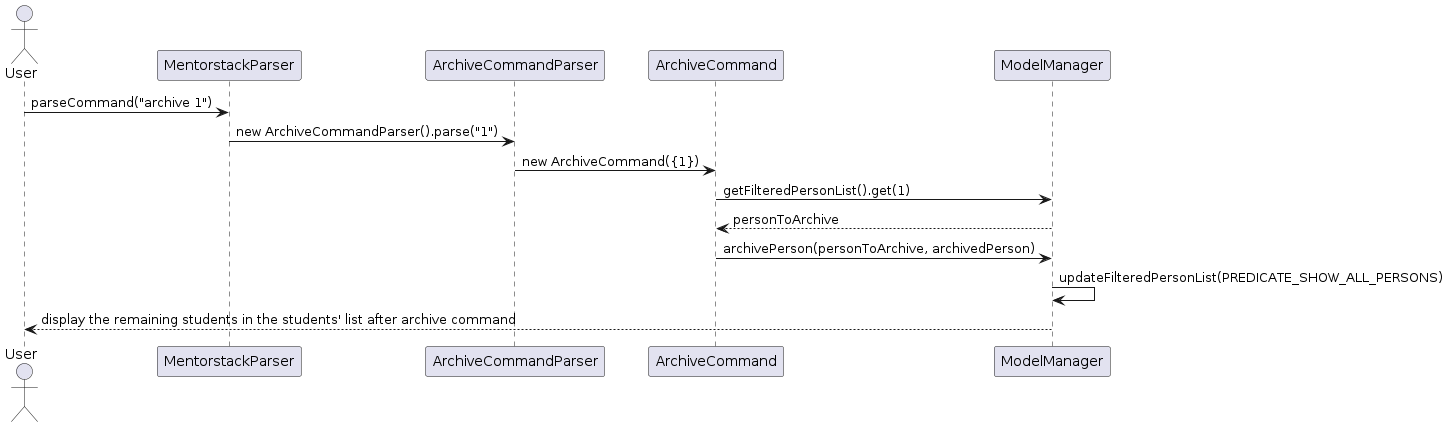
AY2425S2-CS2103-W11-1/tp keeps this PlantUML diagram as diagrams/ArchiveSequenceDiagram.png. Above is the earlier version. Its source is kept beside it as diagrams/ArchiveSequenceDiagram.puml. The source it was exported from:
```plantuml
@startuml
actor User
participant MentorstackParser
participant ArchiveCommandParser
participant ArchiveCommand
participant ModelManager


User -> MentorstackParser: parseCommand("archive 1")
MentorstackParser -> ArchiveCommandParser: new ArchiveCommandParser().parse("1")
ArchiveCommandParser -> ArchiveCommand: new ArchiveCommand({1})
ArchiveCommand -> ModelManager: getFilteredPersonList().get(1)
ModelManager --> ArchiveCommand: personToArchive
ArchiveCommand -> ModelManager: archivePerson(personToArchive, archivedPerson)
ModelManager -> ModelManager: updateFilteredPersonList(PREDICATE_SHOW_ALL_PERSONS)
ModelManager --> User: display the remaining students in the students' list after archive command

@enduml
```
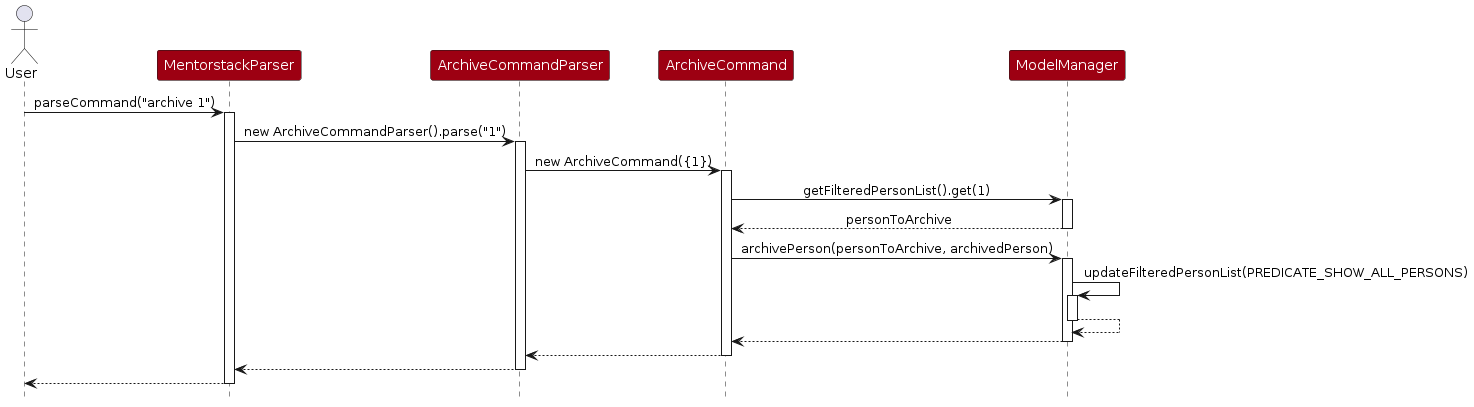
After the commit.

Change to the diagram source:
```diff
@@ -1,18 +1,37 @@
 @startuml
+!include style.puml
+skinparam ArrowFontStyle plain
+
 actor User
-participant MentorstackParser
-participant ArchiveCommandParser
-participant ArchiveCommand
-participant ModelManager
+participant MentorstackParser MODEL_COLOR
+participant ArchiveCommandParser MODEL_COLOR
+participant ArchiveCommand MODEL_COLOR
+participant ModelManager MODEL_COLOR
 
 
 User -> MentorstackParser: parseCommand("archive 1")
+activate MentorstackParser
 MentorstackParser -> ArchiveCommandParser: new ArchiveCommandParser().parse("1")
+activate ArchiveCommandParser
 ArchiveCommandParser -> ArchiveCommand: new ArchiveCommand({1})
+activate ArchiveCommand
 ArchiveCommand -> ModelManager: getFilteredPersonList().get(1)
+activate ModelManager
 ModelManager --> ArchiveCommand: personToArchive
+deactivate ModelManager
 ArchiveCommand -> ModelManager: archivePerson(personToArchive, archivedPerson)
+activate ModelManager
 ModelManager -> ModelManager: updateFilteredPersonList(PREDICATE_SHOW_ALL_PERSONS)
-ModelManager --> User: display the remaining students in the students' list after archive command
+activate ModelManager
+ModelManager --> ModelManager
+deactivate ModelManager
+ModelManager --> ArchiveCommand
+deactivate ModelManager
+ArchiveCommand --> ArchiveCommandParser
+deactivate ArchiveCommand
+ArchiveCommandParser --> MentorstackParser
+deactivate ArchiveCommandParser
+MentorstackParser --> User
+deactivate MentorstackParser
 
 @enduml
```
